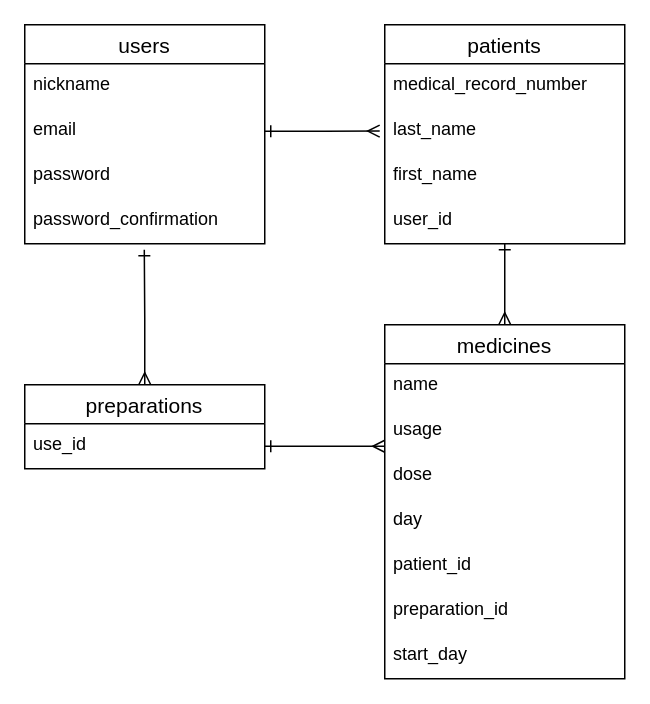
Before: test.dio in ttr42hozu/reminder-TasksToPrescribe, a draw.io diagram. Source tidied: cells renumbered, new cells numbered last; positions are measured from the earlier drawing's top-left corner, leaving out a move shared by most shapes. Both pictures are drawn from the tidied source at 150%, with x=0, y=0 at pixel (24, 24).
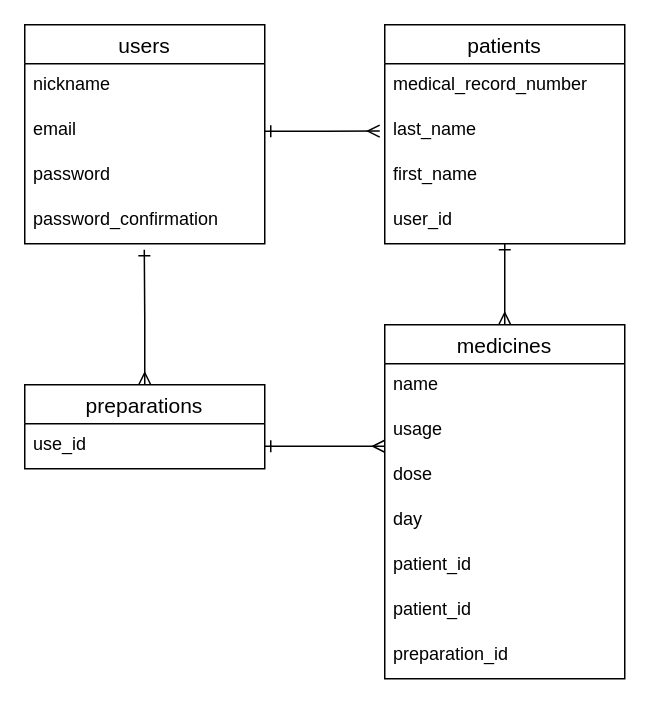
The same page after the edit.

Unchanged cells that the change refers to:
```xml
<mxCell id="13" value="medicines" style="swimlane;fontStyle=0;horizontal=1;startSize=26;align=center;fontSize=14;" parent="1" vertex="1">
  <mxGeometry x="240" y="200" width="160" height="236" as="geometry" />
</mxCell>
```

What changed in the source:
```diff
@@
-    <mxCell id="19" value="preparation_id" style="text;strokeColor=none;fillColor=none;spacingLeft=4;spacingRight=4;overflow=hidden;fontSize=12;" parent="13" vertex="1">
+    <mxCell id="19" value="patient_id" style="text;strokeColor=none;fillColor=none;spacingLeft=4;spacingRight=4;overflow=hidden;fontSize=12;" parent="13" vertex="1">
       <mxGeometry y="176" width="160" height="30" as="geometry" />
     </mxCell>
-    <mxCell id="20" value="start_day" style="text;strokeColor=none;fillColor=none;spacingLeft=4;spacingRight=4;overflow=hidden;fontSize=12;" parent="13" vertex="1">
+    <mxCell id="20" value="preparation_id" style="text;strokeColor=none;fillColor=none;spacingLeft=4;spacingRight=4;overflow=hidden;fontSize=12;" parent="13" vertex="1">
       <mxGeometry y="206" width="160" height="30" as="geometry" />
     </mxCell>
```
